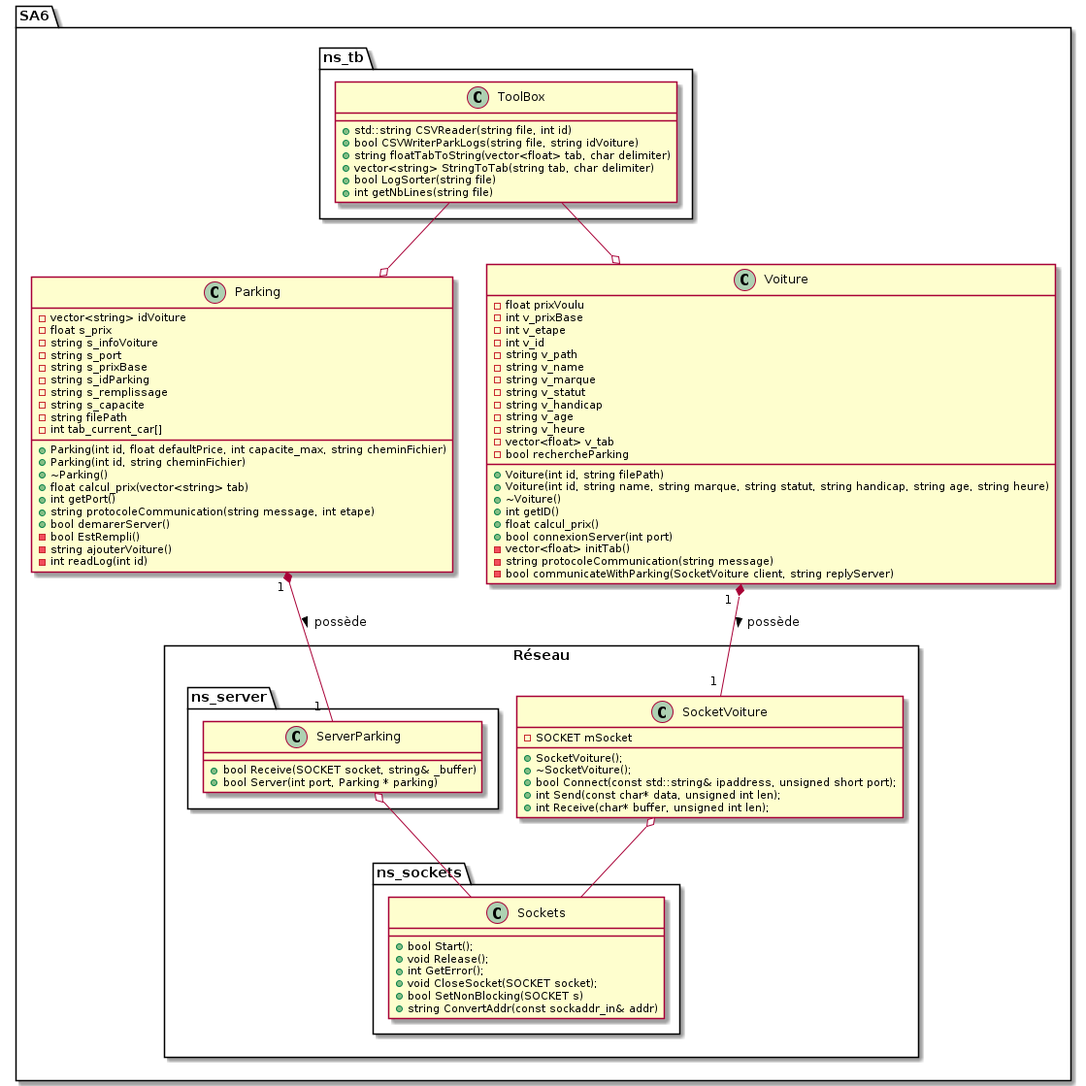
Earlier version of the PlantUML export SA6/doc/SA6_uml.png (KevinFroissart/SA6_CarPark_AI).
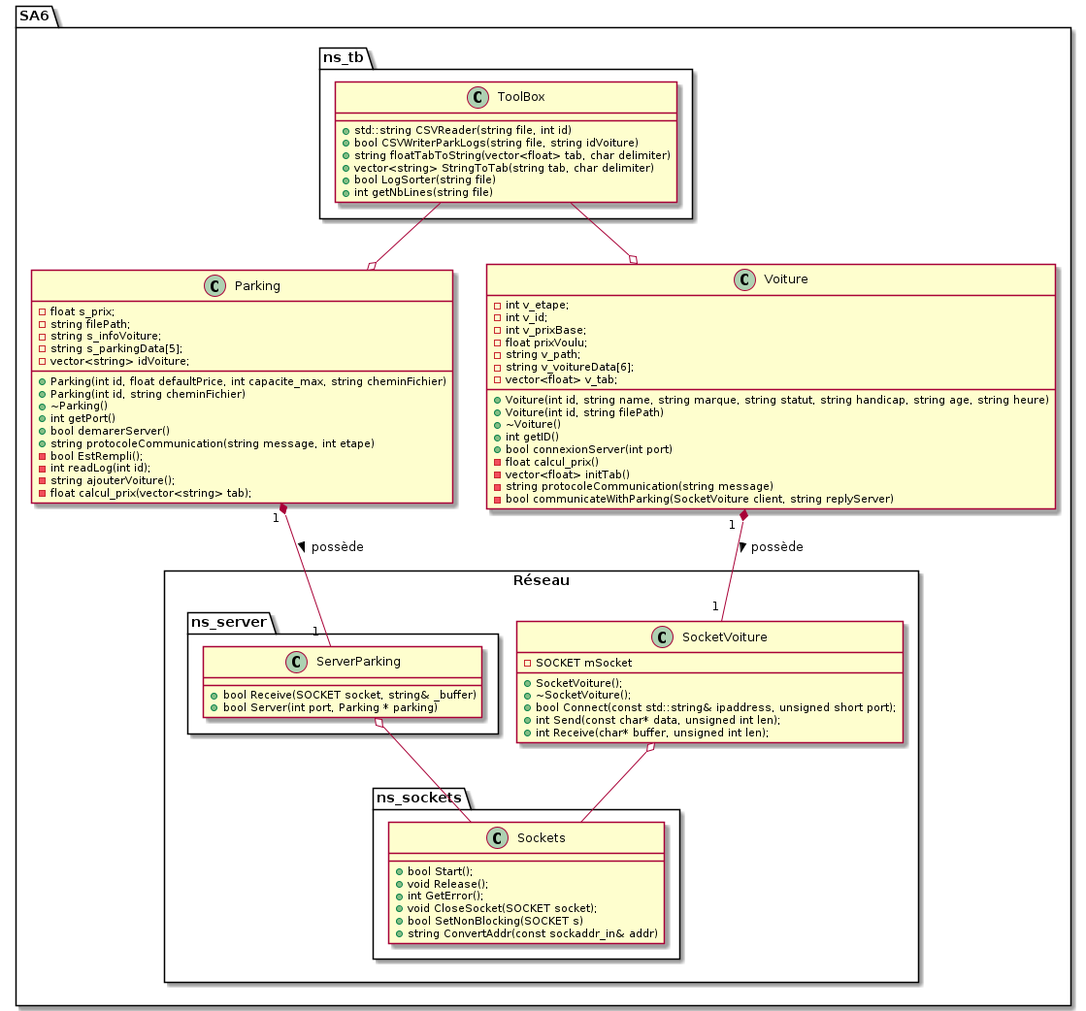
The same file after the commit.

What changed in the source:
```diff
@@ -4,7 +4,6 @@
 
     package ns_tb {
         class ToolBox {
-
             + std::string CSVReader(string file, int id)
             + bool CSVWriterParkLogs(string file, string idVoiture)
             + string floatTabToString(vector<float> tab, char delimiter)
@@ -15,50 +14,39 @@
     }
 
     class Parking {
-        - vector<string> idVoiture
-        - float s_prix
-        - string s_infoVoiture
-        - string s_port
-        - string s_prixBase
-        - string s_idParking
-        - string s_remplissage
-        - string s_capacite
-        - string filePath
-        - int tab_current_car[]
+        - float s_prix;
+        - string filePath;
+        - string s_infoVoiture;
+        - string s_parkingData[5];
+        - vector<string> idVoiture;
 
         + Parking(int id, float defaultPrice, int capacite_max, string cheminFichier)
         + Parking(int id, string cheminFichier)
         + ~Parking()
-        + float calcul_prix(vector<string> tab)
         + int getPort()
+        + bool demarerServer()
         + string protocoleCommunication(string message, int etape)
-        + bool demarerServer()
-        - bool EstRempli()
-        - string ajouterVoiture()
-        - int readLog(int id)
+        - bool EstRempli();
+        - int readLog(int id);
+        - string ajouterVoiture();
+        - float calcul_prix(vector<string> tab);
     }
 
     Class Voiture {
-        - float prixVoulu
-        - int v_prixBase
-        - int v_etape
-        - int v_id
-        - string v_path
-        - string v_name
-        - string v_marque
-        - string v_statut
-        - string v_handicap
-        - string v_age
-        - string v_heure
-        - vector<float> v_tab
-        - bool rechercheParking
+        - int v_etape;
+        - int v_id;
+        - int v_prixBase;
+        - float prixVoulu;
+        - string v_path;
+        - string v_voitureData[6];
+        - vector<float> v_tab;
 
+        + Voiture(int id, string name, string marque, string statut, string handicap, string age, string heure)
         + Voiture(int id, string filePath)
-        + Voiture(int id, string name, string marque, string statut, string handicap, string age, string heure)
         + ~Voiture()
         + int getID()
-        + float calcul_prix()
         + bool connexionServer(int port)
+        - float calcul_prix()
         - vector<float> initTab()
         - string protocoleCommunication(string message)
         - bool communicateWithParking(SocketVoiture client, string replyServer)
@@ -68,7 +56,6 @@
 
         package ns_server {
             Class ServerParking {
-
                 + bool Receive(SOCKET socket, string& _buffer)
                 + bool Server(int port, Parking * parking)
             }
```
